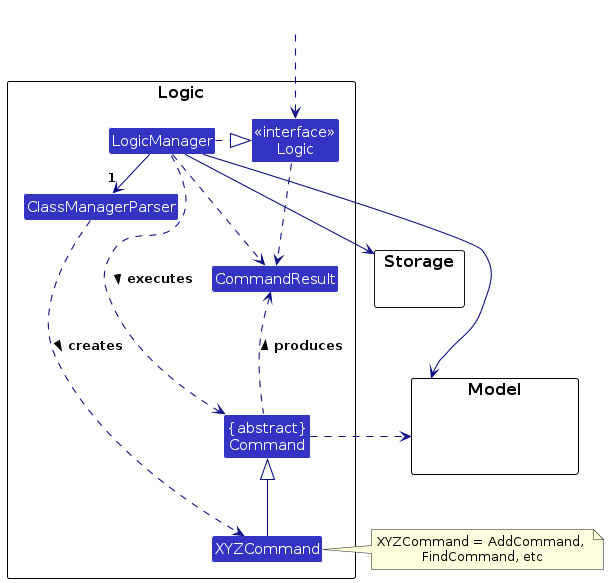
Earlier version of the PlantUML export diagrams/LogicClassDiagram.png (AY2324S1-CS2103T-T11-1/tp). Its source is kept beside it as diagrams/LogicClassDiagram.puml.
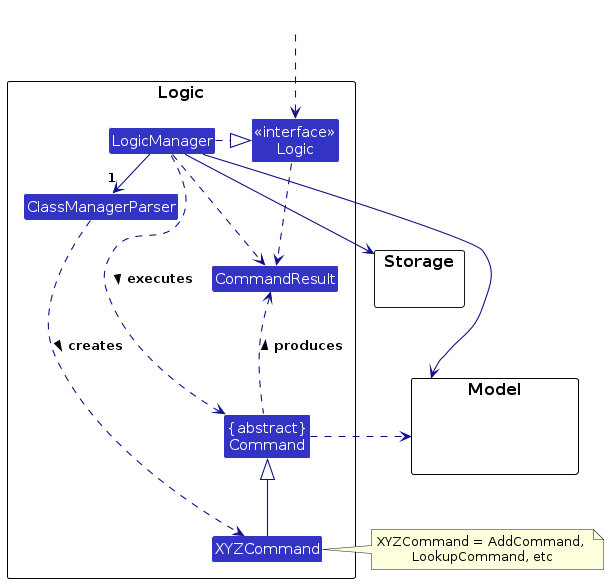
The same diagram one commit later.

The edit, as a diff of the source:
```diff
@@ -38,7 +38,7 @@
 Storage --[hidden] Model
 Command .[hidden]up.> Storage
 Command .right.> Model
-note right of XYZCommand: XYZCommand = AddCommand, \nFindCommand, etc
+note right of XYZCommand: XYZCommand = AddCommand, \nLookupCommand, etc
 
 Logic ..> CommandResult
 LogicManager .down.> CommandResult
```
